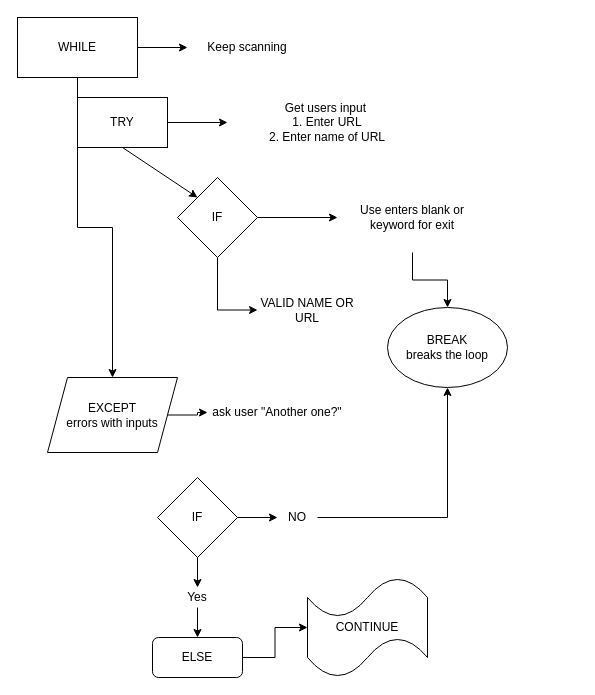
Earlier version of the draw.io diagram Untitled Diagram.drawio (asapkyxy/exercises). Source tidied: cells renumbered, new cells numbered last; positions are measured from the earlier drawing's top-left corner, leaving out a move shared by most shapes. Both pictures are drawn from the tidied source at 100%, with x=0, y=0 at pixel (17, 17).
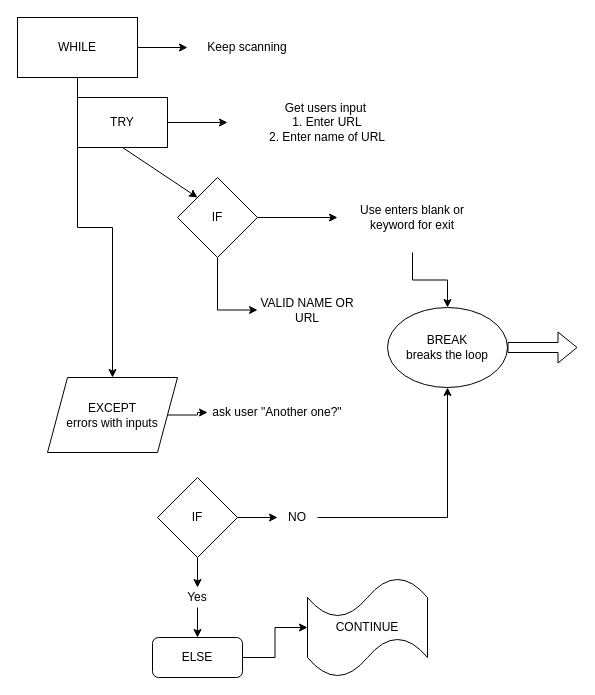
After the change.

Unchanged cells that the change refers to:
```xml
<mxCell id="17" value="BREAK&lt;br&gt;breaks the loop" style="ellipse;whiteSpace=wrap;html=1;" parent="1" vertex="1">
  <mxGeometry x="370" y="290" width="120" height="80" as="geometry" />
</mxCell>
```

What changed in the source:
```diff
@@
+    <mxCell id="30" style="shape=flexArrow;endArrow=classic;html=1;exitX=1;exitY=0.5;exitDx=0;exitDy=0;" parent="1" edge="1" source="17">
+      <mxGeometry relative="1" as="geometry">
+        <mxPoint x="560" y="330" as="targetPoint" />
+      </mxGeometry>
+    </mxCell>
```
